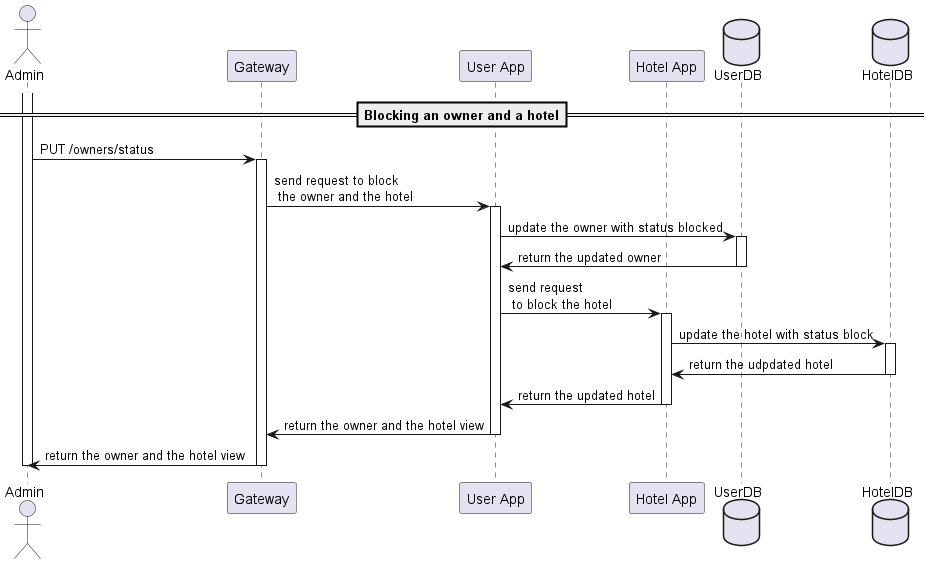
Before: image/blockOwner.png, a diagram exported from PlantUML (OlgaDobrodey/sequence-diagram).
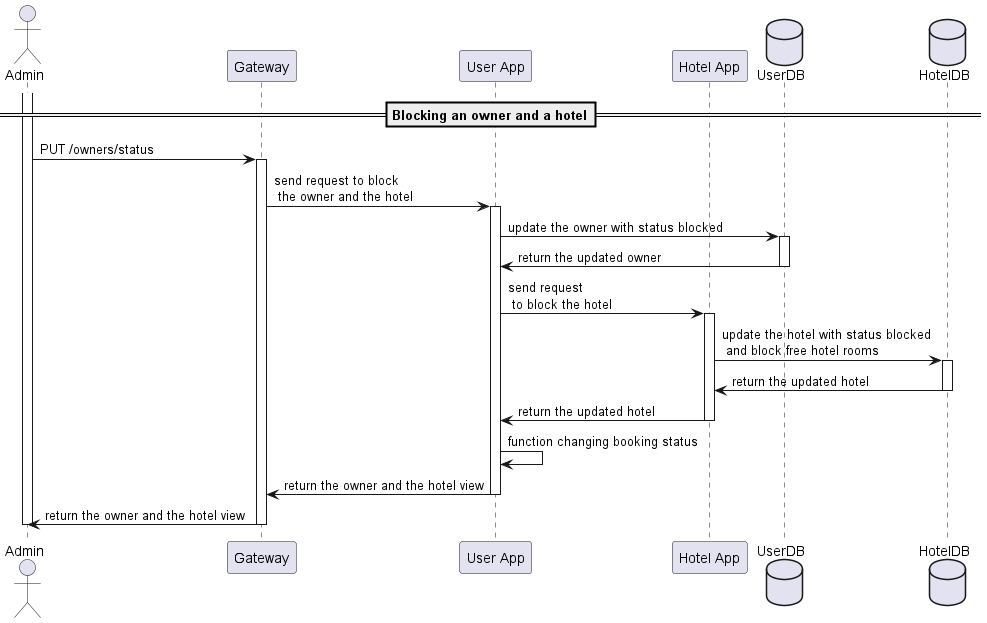
Above is the later version.

What changed in the source:
```diff
@@ -20,12 +20,13 @@
     deactivate ub
 us -> hs: send request\n to block the hotel
     activate hs
-hs -> hb: update the hotel with status block
+hs -> hb: update the hotel with status blocked\n and block free hotel rooms
     activate hb
-hb -> hs: return the udpdated hotel
+hb -> hs: return the updated hotel
     deactivate hb
 hs -> us: return the updated hotel
     deactivate hs
+us -> us: function changing booking status
 us -> gw: return the owner and the hotel view
     deactivate us
 gw -> user: return the owner and the hotel view
```
